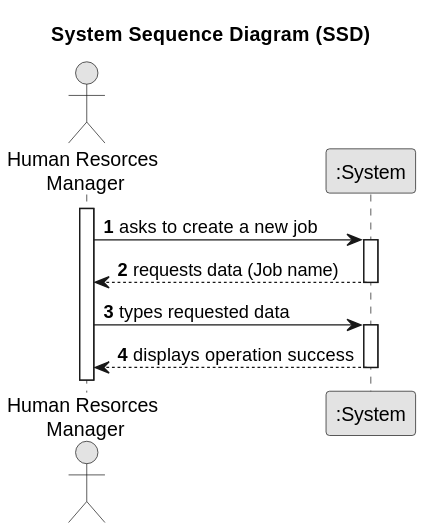
This is docs/sprintA/us002/01.requirements-engineering/svg/us002-system-sequence-diagram.svg from Mendoncaa/LAPR2, a PlantUML export, as it was before one commit. The source it was exported from:
```plantuml
@startuml
skinparam monochrome true
skinparam packageStyle rectangle
skinparam shadowing false

title System Sequence Diagram (SSD)

autonumber

actor "Human Resorces\n Manager" as Employee
participant ":System" as System

activate Employee

    Employee -> System : asks to create a new job
    activate System

        System --> Employee : requests data (Job name)
    deactivate System

    Employee -> System : types requested data
    activate System

        System --> Employee : displays operation success
    deactivate System
@enduml
```
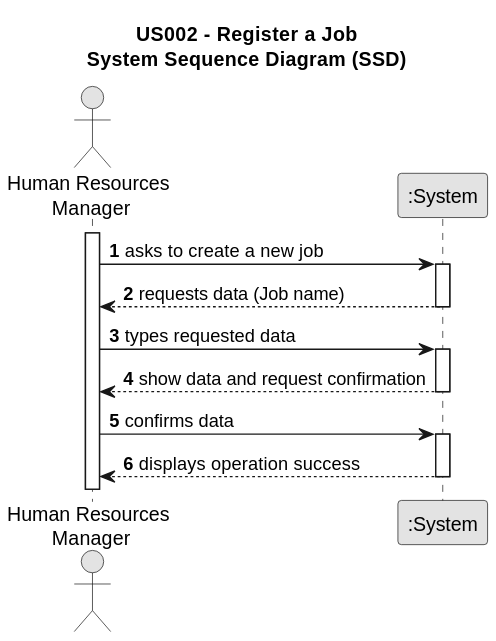
The same file after the commit.

The edit, as a diff of the source:
```diff
@@ -3,11 +3,11 @@
 skinparam packageStyle rectangle
 skinparam shadowing false
 
-title System Sequence Diagram (SSD)
+title US002 - Register a Job\nSystem Sequence Diagram (SSD)
 
 autonumber
 
-actor "Human Resorces\n Manager" as Employee
+actor "Human Resources\n Manager" as Employee
 participant ":System" as System
 
 activate Employee
@@ -21,6 +21,12 @@
     Employee -> System : types requested data
     activate System
 
-        System --> Employee : displays operation success
+        System --> Employee : show data and request confirmation
     deactivate System
+
+    Employee -> System : confirms data
+        activate System
+
+            System --> Employee : displays operation success
+        deactivate System
 @enduml
```
